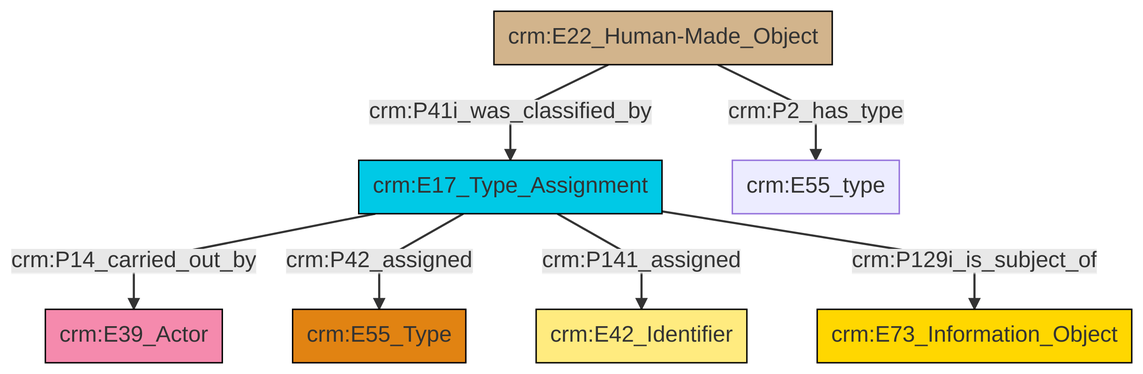
This is et/builtWorkCSV/ttl/mmd/png/Built_Work_designation_status.png from swiss-art-research-net/docs.swissartresearch, a Mermaid export, as it was before one commit. Its source is kept beside it as et/builtWorkCSV/ttl/mmd/Built_Work_designation_status.ttl.mmd.
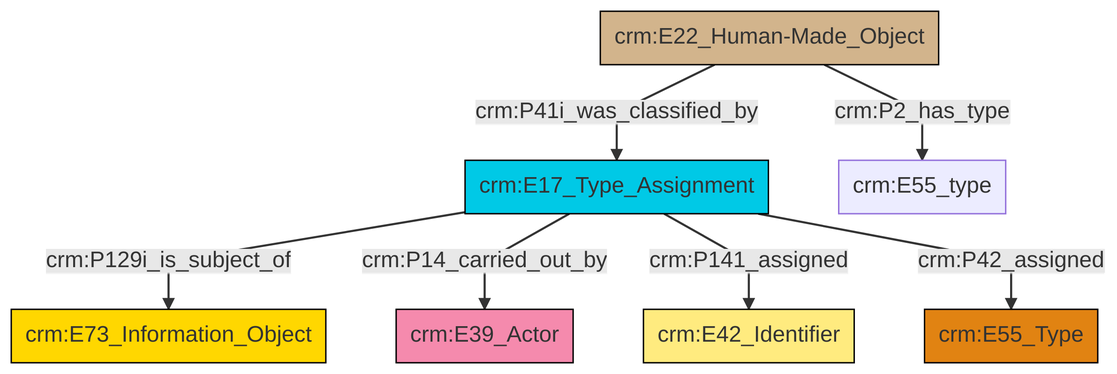
After the change.

What changed in the source:
```diff
@@ -13,9 +13,9 @@
 classDef PC_Classes fill:#4ce600, stroke:#000000;
 classDef Multi fill:#cccccc,stroke:#000000;
 
-2["crm:E17_Type_Assignment"]:::Temporal_Entity -->|crm:P14_carried_out_by| 3["crm:E39_Actor"]:::Actor
+2["crm:E17_Type_Assignment"]:::Temporal_Entity -->|crm:P129i_is_subject_of| 3["crm:E73_Information_Object"]:::Conceptual_Object
+2["crm:E17_Type_Assignment"]:::Temporal_Entity -->|crm:P14_carried_out_by| 6["crm:E39_Actor"]:::Actor
+0["crm:E22_Human-Made_Object"]:::Physical_Thing -->|crm:P2_has_type| 4["crm:E55_type"]:::Default
+2["crm:E17_Type_Assignment"]:::Temporal_Entity -->|crm:P141_assigned| 8["crm:E42_Identifier"]:::Appellation
+2["crm:E17_Type_Assignment"]:::Temporal_Entity -->|crm:P42_assigned| 11["crm:E55_Type"]:::Type
 0["crm:E22_Human-Made_Object"]:::Physical_Thing -->|crm:P41i_was_classified_by| 2["crm:E17_Type_Assignment"]:::Temporal_Entity
-0["crm:E22_Human-Made_Object"]:::Physical_Thing -->|crm:P2_has_type| 6["crm:E55_type"]:::Default
-2["crm:E17_Type_Assignment"]:::Temporal_Entity -->|crm:P42_assigned| 7["crm:E55_Type"]:::Type
-2["crm:E17_Type_Assignment"]:::Temporal_Entity -->|crm:P141_assigned| 4["crm:E42_Identifier"]:::Appellation
-2["crm:E17_Type_Assignment"]:::Temporal_Entity -->|crm:P129i_is_subject_of| 12["crm:E73_Information_Object"]:::Conceptual_Object
```
